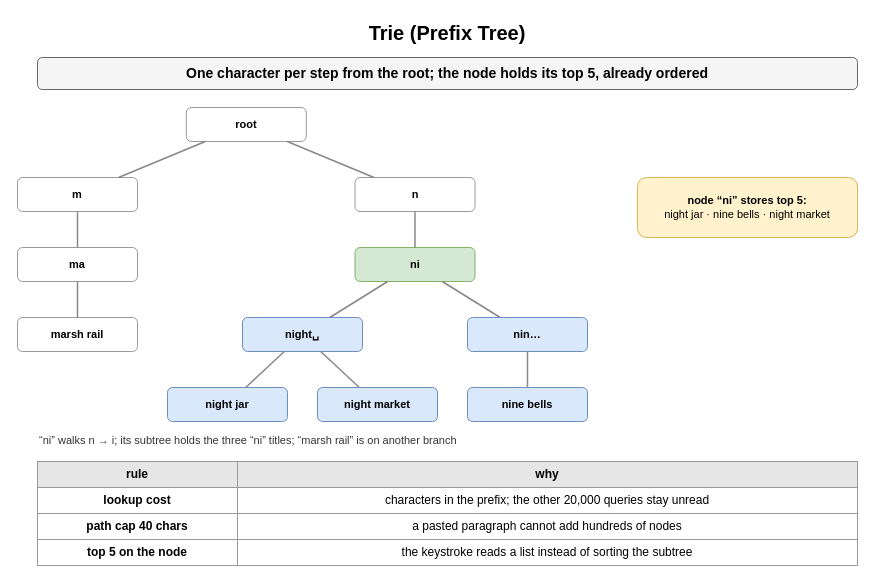
This is page "Trie (Prefix Tree)" (1 of 8) of content/09_System_Design_Interview/18_Search_Autocomplete_and_Information_Retrieval/diagrams/search.drawio from amendez13/swe-study-guide, a draw.io file, before an edit. Source tidied: cells renumbered, new cells numbered last; positions are measured from the earlier drawing's top-left corner, leaving out a move shared by most shapes. Both pictures are drawn from the tidied source at 100%, with x=0, y=0 at pixel (17, 17).
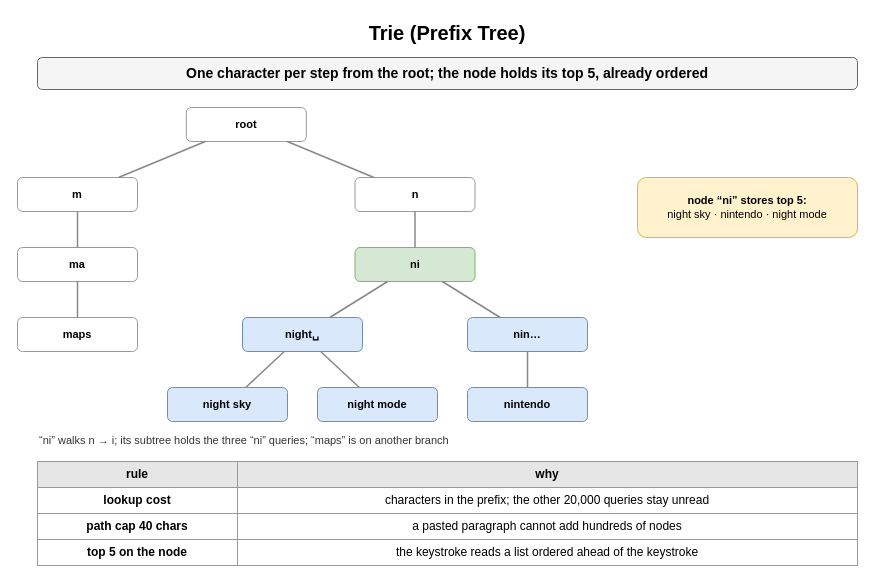
The same page after the edit.

The edit, as a diff of the source:
```diff
@@
-    <mxCell id="7" value="marsh rail" style="rounded=1;whiteSpace=wrap;html=1;fillColor=#ffffff;strokeColor=#999999;fontSize=11;align=center;fontStyle=1;" parent="1" vertex="1">
+    <mxCell id="7" value="maps" style="rounded=1;whiteSpace=wrap;html=1;fillColor=#ffffff;strokeColor=#999999;fontSize=11;align=center;fontStyle=1;" parent="1" vertex="1">
       <mxGeometry y="300" width="120" height="34" as="geometry" />
     </mxCell>
@@
-    <mxCell id="14" value="night jar" style="rounded=1;whiteSpace=wrap;html=1;fillColor=#dae8fc;strokeColor=#6c8ebf;fontSize=11;align=center;fontStyle=1;" parent="1" vertex="1">
+    <mxCell id="14" value="night sky" style="rounded=1;whiteSpace=wrap;html=1;fillColor=#dae8fc;strokeColor=#6c8ebf;fontSize=11;align=center;fontStyle=1;" parent="1" vertex="1">
       <mxGeometry x="150" y="370" width="120" height="34" as="geometry" />
     </mxCell>
@@
-    <mxCell id="16" value="night market" style="rounded=1;whiteSpace=wrap;html=1;fillColor=#dae8fc;strokeColor=#6c8ebf;fontSize=11;align=center;fontStyle=1;" parent="1" vertex="1">
+    <mxCell id="16" value="night mode" style="rounded=1;whiteSpace=wrap;html=1;fillColor=#dae8fc;strokeColor=#6c8ebf;fontSize=11;align=center;fontStyle=1;" parent="1" vertex="1">
       <mxGeometry x="300" y="370" width="120" height="34" as="geometry" />
     </mxCell>
@@
-    <mxCell id="20" value="nine bells" style="rounded=1;whiteSpace=wrap;html=1;fillColor=#dae8fc;strokeColor=#6c8ebf;fontSize=11;align=center;fontStyle=1;" parent="1" vertex="1">
+    <mxCell id="20" value="nintendo" style="rounded=1;whiteSpace=wrap;html=1;fillColor=#dae8fc;strokeColor=#6c8ebf;fontSize=11;align=center;fontStyle=1;" parent="1" vertex="1">
       <mxGeometry x="450" y="370" width="120" height="34" as="geometry" />
     </mxCell>
@@
-    <mxCell id="25" value="“ni” walks n → i; its subtree holds the three “ni” titles; “marsh rail” is on another branch" style="text;html=1;whiteSpace=wrap;fontSize=11;align=left;verticalAlign=middle;fontSize=11;fontColor=#333333;" parent="1" vertex="1">
+    <mxCell id="25" value="“ni” walks n → i; its subtree holds the three “ni” queries; “maps” is on another branch" style="text;html=1;whiteSpace=wrap;fontSize=11;align=left;verticalAlign=middle;fontSize=11;fontColor=#333333;" parent="1" vertex="1">
       <mxGeometry x="20" y="414" width="820" height="18" as="geometry" />
     </mxCell>
-    <mxCell id="26" value="node “ni” stores top 5:&lt;br&gt;&lt;span style='font-weight:normal'&gt;night jar · nine bells · night market&lt;/span&gt;" style="rounded=1;whiteSpace=wrap;html=1;fillColor=#fff2cc;strokeColor=#d6b656;fontSize=11;align=center;fontStyle=1;" parent="1" vertex="1">
+    <mxCell id="26" value="node “ni” stores top 5:&lt;br&gt;&lt;span style='font-weight:normal'&gt;night sky · nintendo · night mode&lt;/span&gt;" style="rounded=1;whiteSpace=wrap;html=1;fillColor=#fff2cc;strokeColor=#d6b656;fontSize=11;align=center;fontStyle=1;" parent="1" vertex="1">
       <mxGeometry x="620" y="160" width="220" height="60" as="geometry" />
     </mxCell>
@@
-    <mxCell id="34" value="the keystroke reads a list instead of sorting the subtree" style="whiteSpace=wrap;html=1;strokeColor=#999999;fontSize=12;fillColor=#ffffff;" parent="1" vertex="1">
+    <mxCell id="34" value="the keystroke reads a list ordered ahead of the keystroke" style="whiteSpace=wrap;html=1;strokeColor=#999999;fontSize=12;fillColor=#ffffff;" parent="1" vertex="1">
       <mxGeometry x="220" y="522" width="620" height="26" as="geometry" />
     </mxCell>
```
